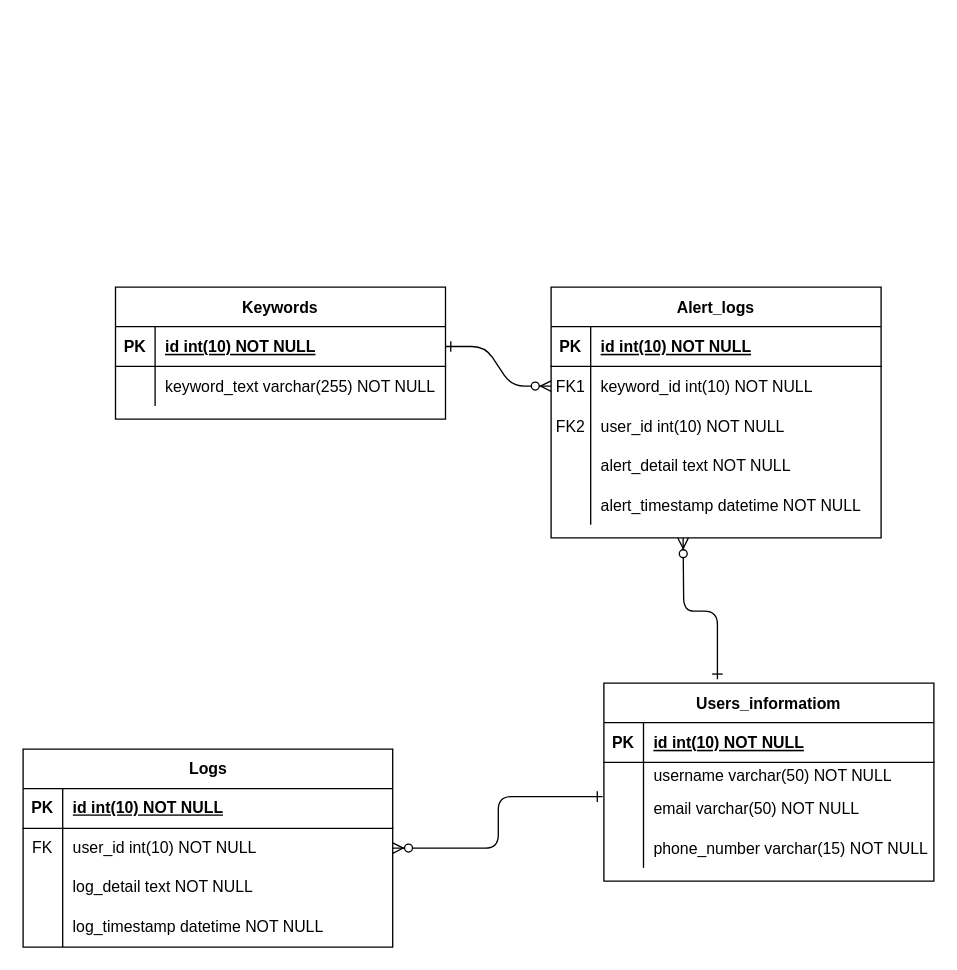
Before: db-databreach.drawio in tung23102000/test-ssh, a draw.io diagram. Source tidied: cells renumbered, new cells numbered last; positions are measured from the earlier drawing's top-left corner, leaving out a move shared by most shapes. Both pictures are drawn from the tidied source at 132%, with x=0, y=0 at pixel (22, 286).
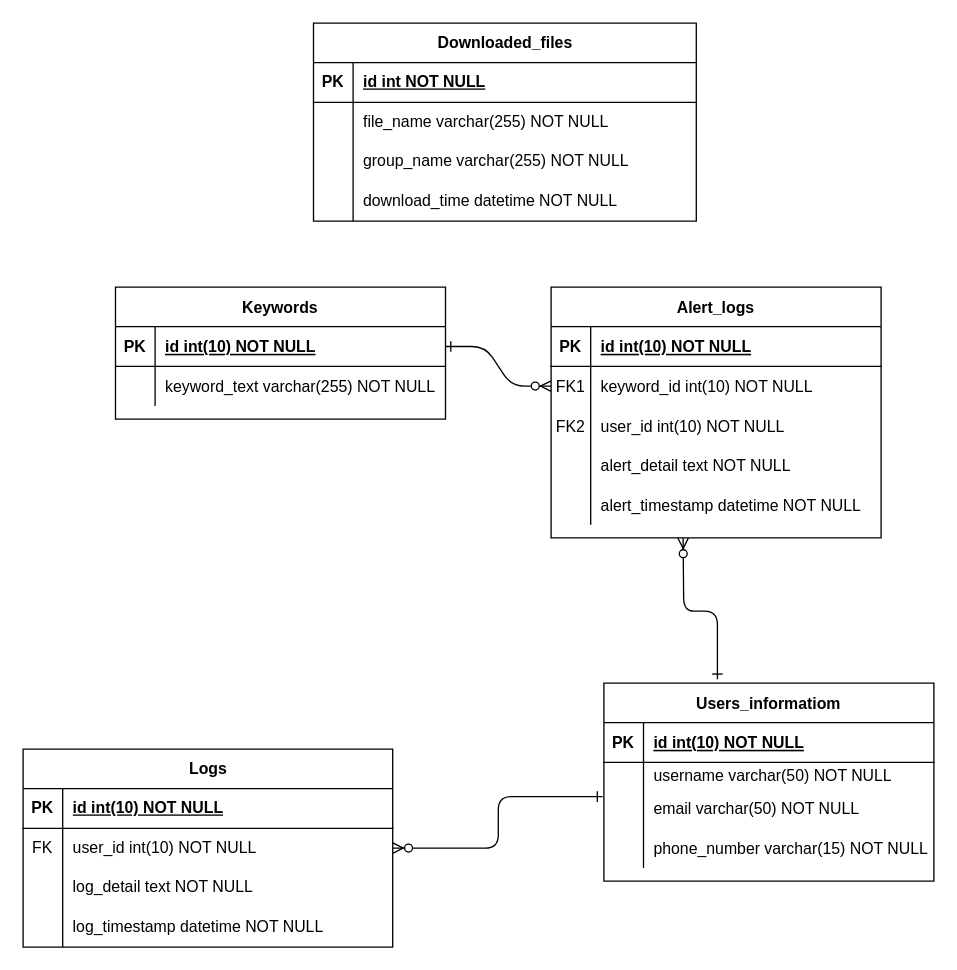
The same page after the edit.

Commit message:
Cập nhật db-databreach.drawio

The edit, as a diff of the source:
```diff
@@
+    <mxCell id="54" value="Downloaded_files" style="shape=table;startSize=30;childLayout=tableLayout;rowLines=0;fontStyle=1;align=center;html=1;" parent="1" vertex="1">
+      <mxGeometry x="220" y="-200" width="290" height="150" as="geometry" />
+    </mxCell>
+    <mxCell id="55" style="shape=tableRow;horizontal=0;startSize=0;swimlaneHead=0;swimlaneBody=0;fillColor=none;top=0;left=0;right=0;bottom=1;" parent="54" vertex="1">
+      <mxGeometry y="30" width="290" height="30" as="geometry" />
+    </mxCell>
+    <mxCell id="56" value="PK" style="shape=partialRectangle;fillColor=none;top=0;left=0;bottom=0;right=0;fontStyle=1;overflow=hidden;whiteSpace=wrap;html=1;" parent="55" vertex="1">
+      <mxGeometry width="30" height="30" as="geometry" />
+    </mxCell>
+    <mxCell id="57" value="id int NOT NULL" style="shape=partialRectangle;fillColor=none;top=0;left=0;bottom=0;right=0;align=left;spacingLeft=6;fontStyle=5;overflow=hidden;whiteSpace=wrap;html=1;" parent="55" vertex="1">
+      <mxGeometry x="30" width="260" height="30" as="geometry" />
+    </mxCell>
+    <mxCell id="58" style="shape=tableRow;horizontal=0;startSize=0;swimlaneHead=0;swimlaneBody=0;fillColor=none;top=0;left=0;right=0;bottom=0;" parent="54" vertex="1">
+      <mxGeometry y="60" width="290" height="30" as="geometry" />
+    </mxCell>
+    <mxCell id="59" style="shape=partialRectangle;fillColor=none;top=0;left=0;bottom=0;right=0;overflow=hidden;whiteSpace=wrap;html=1;" parent="58" vertex="1">
+      <mxGeometry width="30" height="30" as="geometry" />
+    </mxCell>
+    <mxCell id="60" value="file_name varchar(255) NOT NULL" style="shape=partialRectangle;fillColor=none;top=0;left=0;bottom=0;right=0;align=left;spacingLeft=6;overflow=hidden;whiteSpace=wrap;html=1;" parent="58" vertex="1">
+      <mxGeometry x="30" width="260" height="30" as="geometry" />
+    </mxCell>
+    <mxCell id="61" style="shape=tableRow;horizontal=0;startSize=0;swimlaneHead=0;swimlaneBody=0;fillColor=none;top=0;left=0;right=0;bottom=0;" parent="54" vertex="1">
+      <mxGeometry y="90" width="290" height="30" as="geometry" />
+    </mxCell>
+    <mxCell id="62" style="shape=partialRectangle;fillColor=none;top=0;left=0;bottom=0;right=0;overflow=hidden;whiteSpace=wrap;html=1;" parent="61" vertex="1">
+      <mxGeometry width="30" height="30" as="geometry" />
+    </mxCell>
+    <mxCell id="63" value="group_name varchar(255) NOT NULL" style="shape=partialRectangle;fillColor=none;top=0;left=0;bottom=0;right=0;align=left;spacingLeft=6;overflow=hidden;whiteSpace=wrap;html=1;" parent="61" vertex="1">
+      <mxGeometry x="30" width="260" height="30" as="geometry" />
+    </mxCell>
+    <mxCell id="64" style="shape=tableRow;horizontal=0;startSize=0;swimlaneHead=0;swimlaneBody=0;fillColor=none;top=0;left=0;right=0;bottom=0;" parent="54" vertex="1">
+      <mxGeometry y="120" width="290" height="30" as="geometry" />
+    </mxCell>
+    <mxCell id="65" style="shape=partialRectangle;fillColor=none;top=0;left=0;bottom=0;right=0;overflow=hidden;whiteSpace=wrap;html=1;" parent="64" vertex="1">
+      <mxGeometry width="30" height="30" as="geometry" />
+    </mxCell>
+    <mxCell id="66" value="download_time datetime NOT NULL" style="shape=partialRectangle;fillColor=none;top=0;left=0;bottom=0;right=0;align=left;spacingLeft=6;overflow=hidden;whiteSpace=wrap;html=1;" parent="64" vertex="1">
+      <mxGeometry x="30" width="260" height="30" as="geometry" />
+    </mxCell>
```
